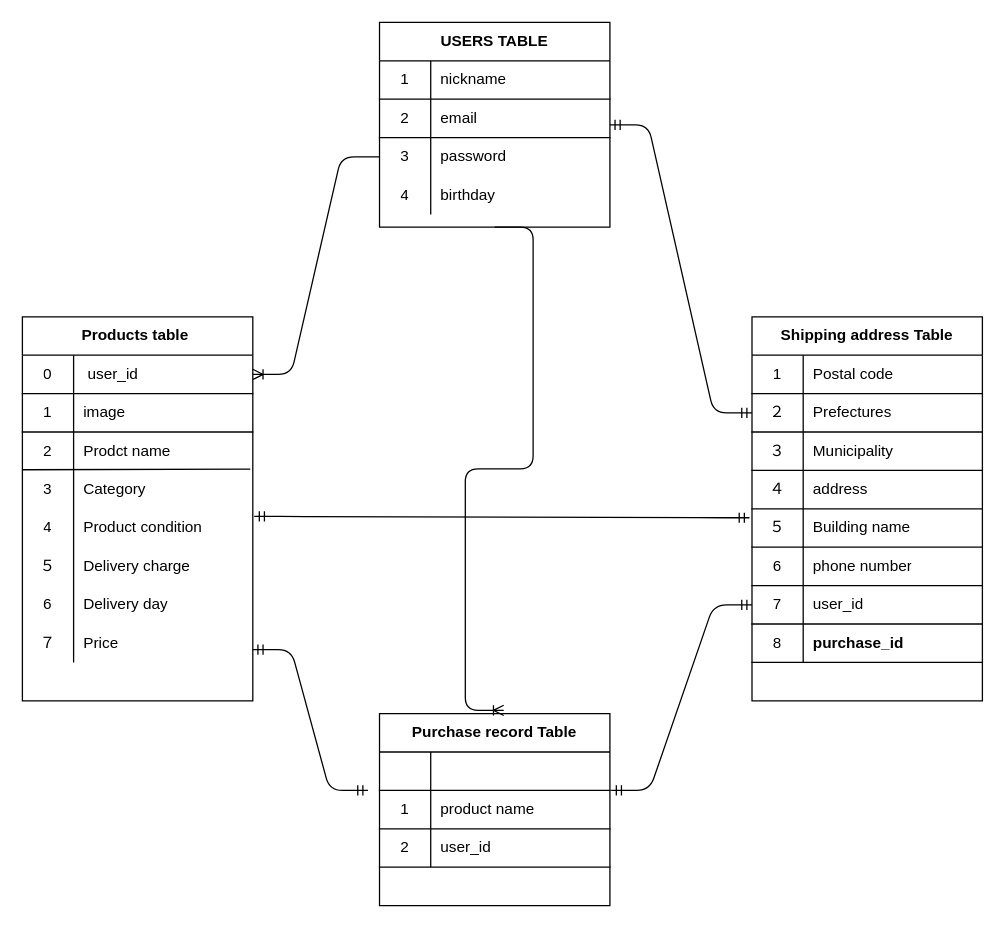
Before: Database design.dio in ryota-kanaumi/furima-34705, a draw.io diagram. Source tidied: cells renumbered, new cells numbered last; positions are measured from the earlier drawing's top-left corner, leaving out a move shared by most shapes. Both pictures are drawn from the tidied source at 128%, with x=0, y=0 at pixel (22, 22).
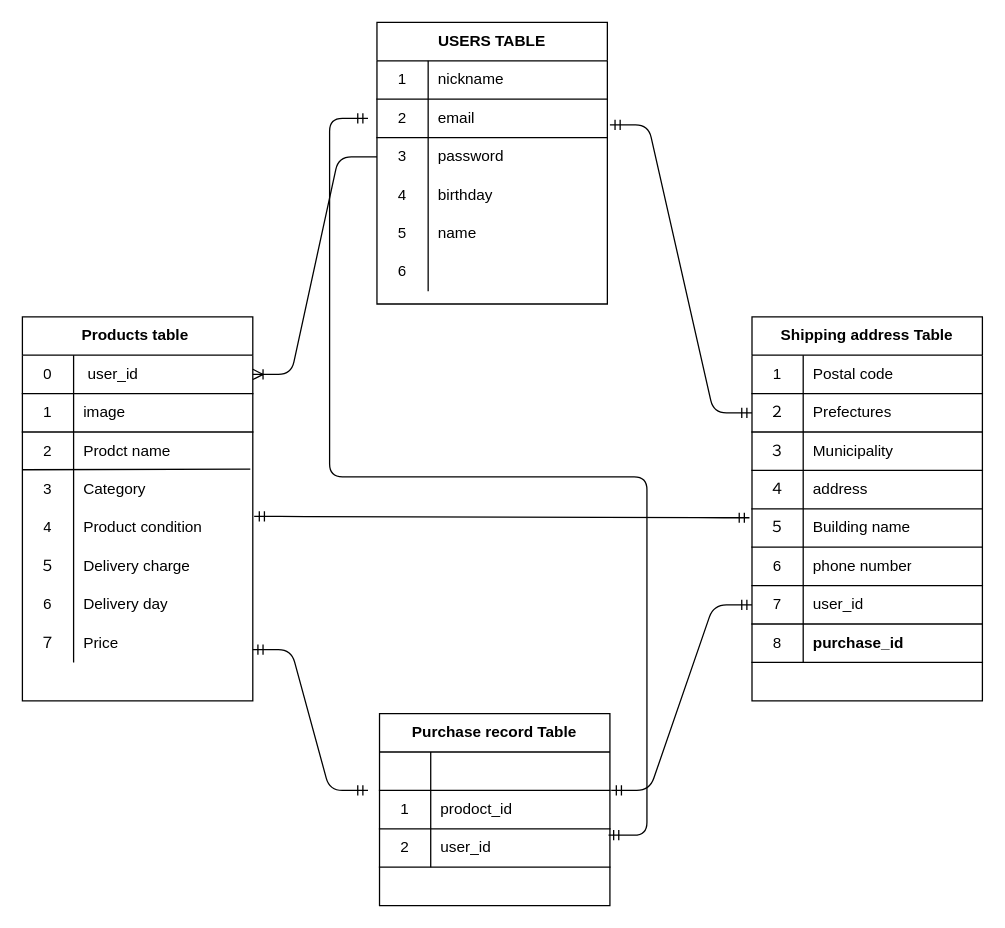
Above is the later version.

Commit message (it also covers changes not shown here):
USERテーブルのカラム追加

The change refers to these unchanged cells:
```xml
<mxCell id="40" value="Purchase record Table" style="shape=table;html=1;whiteSpace=wrap;startSize=30;childLayout=tableLayout;rowLines=0;fontStyle=1;align=center;" parent="1" vertex="1">
  <mxGeometry x="279" y="540" width="180" height="150" as="geometry" />
</mxCell>
<mxCell id="44" style="shape=partialRectangle;html=1;whiteSpace=wrap;fillColor=none;top=0;left=0;bottom=1;right=0;" parent="40" vertex="1">
  <mxGeometry y="60" width="180" height="30" as="geometry" />
</mxCell>
<mxCell id="47" style="shape=partialRectangle;html=1;whiteSpace=wrap;fillColor=none;top=0;left=0;bottom=1;right=0;points=[[0,0.5],[1,0.5]];portConstraint=eastwest;" parent="40" vertex="1">
  <mxGeometry y="90" width="180" height="30" as="geometry" />
</mxCell>
```

Change to the diagram source:
```diff
@@
     <mxCell id="2" value="USERS TABLE" style="shape=table;html=1;whiteSpace=wrap;startSize=30;childLayout=tableLayout;rowLines=0;fontStyle=1;align=center;" parent="1" vertex="1">
-      <mxGeometry x="279" width="180" height="160" as="geometry" />
+      <mxGeometry x="277" width="180" height="220" as="geometry" />
     </mxCell>
@@
+    <mxCell id="82" style="shape=partialRectangle;html=1;whiteSpace=wrap;fillColor=none;top=0;left=0;bottom=0;right=0;" parent="2" vertex="1">
+      <mxGeometry y="150" width="180" height="30" as="geometry" />
+    </mxCell>
+    <mxCell id="83" value="5" style="shape=partialRectangle;html=1;whiteSpace=wrap;fillColor=none;top=0;left=0;bottom=0;right=0;overflow=hidden;" parent="82" vertex="1">
+      <mxGeometry width="40" height="30" as="geometry" />
+    </mxCell>
+    <mxCell id="84" value="name" style="shape=partialRectangle;html=1;whiteSpace=wrap;fillColor=none;top=0;left=0;bottom=0;right=0;align=left;spacingLeft=6;overflow=hidden;" parent="82" vertex="1">
+      <mxGeometry x="40" width="140" height="30" as="geometry" />
+    </mxCell>
+    <mxCell id="85" style="shape=partialRectangle;html=1;whiteSpace=wrap;fillColor=none;top=0;left=0;bottom=0;right=0;" parent="2" vertex="1">
+      <mxGeometry y="180" width="180" height="30" as="geometry" />
+    </mxCell>
+    <mxCell id="86" value="6" style="shape=partialRectangle;html=1;whiteSpace=wrap;fillColor=none;top=0;left=0;bottom=0;right=0;overflow=hidden;" parent="85" vertex="1">
+      <mxGeometry width="40" height="30" as="geometry" />
+    </mxCell>
+    <mxCell id="87" style="shape=partialRectangle;html=1;whiteSpace=wrap;fillColor=none;top=0;left=0;bottom=0;right=0;align=left;spacingLeft=6;overflow=hidden;" parent="85" vertex="1">
+      <mxGeometry x="40" width="140" height="30" as="geometry" />
+    </mxCell>
@@
-    <mxCell id="46" value="product name" style="shape=partialRectangle;html=1;whiteSpace=wrap;fillColor=none;top=0;left=0;bottom=0;right=0;align=left;spacingLeft=6;overflow=hidden;" parent="44" vertex="1">
+    <mxCell id="46" value="prodoct_id" style="shape=partialRectangle;html=1;whiteSpace=wrap;fillColor=none;top=0;left=0;bottom=0;right=0;align=left;spacingLeft=6;overflow=hidden;" parent="44" vertex="1">
       <mxGeometry x="40" width="140" height="30" as="geometry" />
     </mxCell>
@@
-    <mxCell id="81" style="edgeStyle=entityRelationEdgeStyle;fontSize=12;html=1;endArrow=ERoneToMany;entryX=0.539;entryY=-0.017;entryDx=0;entryDy=0;entryPerimeter=0;exitX=0.5;exitY=1;exitDx=0;exitDy=0;" parent="1" edge="1" source="2" target="40">
-      <mxGeometry relative="1" as="geometry" />
-    </mxCell>
+    <mxCell id="88" style="edgeStyle=entityRelationEdgeStyle;fontSize=12;html=1;endArrow=ERmandOne;startArrow=ERmandOne;exitX=0.994;exitY=0.167;exitDx=0;exitDy=0;exitPerimeter=0;" parent="1" edge="1" source="47">
+      <mxGeometry relative="1" as="geometry">
+        <mxPoint x="270" y="75" as="targetPoint" />
+      </mxGeometry>
+    </mxCell>
```
